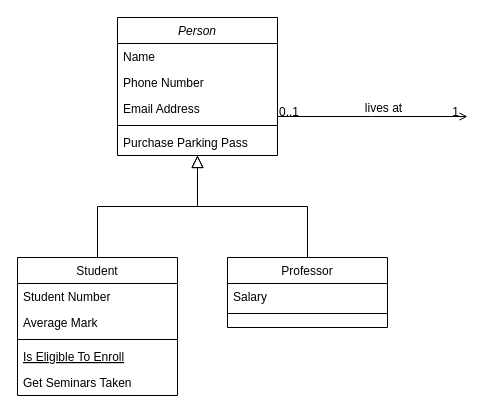
Earlier version of the draw.io diagram Class Diagram.drawio (Misterpetchz/Object_Oriented_Project). Source tidied: cells renumbered, new cells numbered last; positions are measured from the earlier drawing's top-left corner, leaving out a move shared by most shapes. Both pictures are drawn from the tidied source at 100%, with x=0, y=0 at pixel (17, 17).
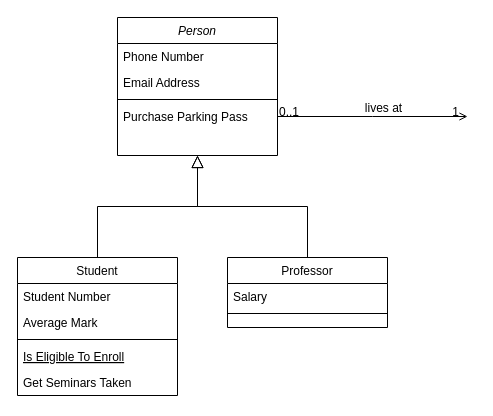
The same diagram, later.

The change refers to these unchanged cells:
```xml
<mxCell id="2" value="Person" style="swimlane;fontStyle=2;align=center;verticalAlign=top;horizontal=1;startSize=26;rounded=0;shadow=0;strokeWidth=1;" parent="1" vertex="1">
  <mxGeometry x="100" width="160" height="138" as="geometry" />
</mxCell>
```

What changed in the source:
```diff
@@
-    <mxCell id="3" value="Name" style="text;align=left;verticalAlign=top;spacingLeft=4;spacingRight=4;overflow=hidden;" parent="2" vertex="1">
-      <mxGeometry y="26" width="160" height="26" as="geometry" />
-    </mxCell>
     <mxCell id="4" value="Phone Number" style="text;align=left;verticalAlign=top;spacingLeft=4;spacingRight=4;overflow=hidden;rounded=0;shadow=0;html=0;" parent="2" vertex="1">
-      <mxGeometry y="52" width="160" height="26" as="geometry" />
+      <mxGeometry y="26" width="160" height="26" as="geometry" />
     </mxCell>
     <mxCell id="5" value="Email Address" style="text;align=left;verticalAlign=top;spacingLeft=4;spacingRight=4;overflow=hidden;rounded=0;shadow=0;html=0;" parent="2" vertex="1">
-      <mxGeometry y="78" width="160" height="26" as="geometry" />
+      <mxGeometry y="52" width="160" height="26" as="geometry" />
     </mxCell>
     <mxCell id="6" style="line;html=1;strokeWidth=1;align=left;verticalAlign=middle;spacingTop=-1;spacingLeft=3;spacingRight=3;labelPosition=right;" parent="2" vertex="1">
-      <mxGeometry y="104" width="160" height="8" as="geometry" />
+      <mxGeometry y="78" width="160" height="8" as="geometry" />
     </mxCell>
     <mxCell id="7" value="Purchase Parking Pass" style="text;align=left;verticalAlign=top;spacingLeft=4;spacingRight=4;overflow=hidden;" parent="2" vertex="1">
-      <mxGeometry y="112" width="160" height="26" as="geometry" />
+      <mxGeometry y="86" width="160" height="26" as="geometry" />
     </mxCell>
```
